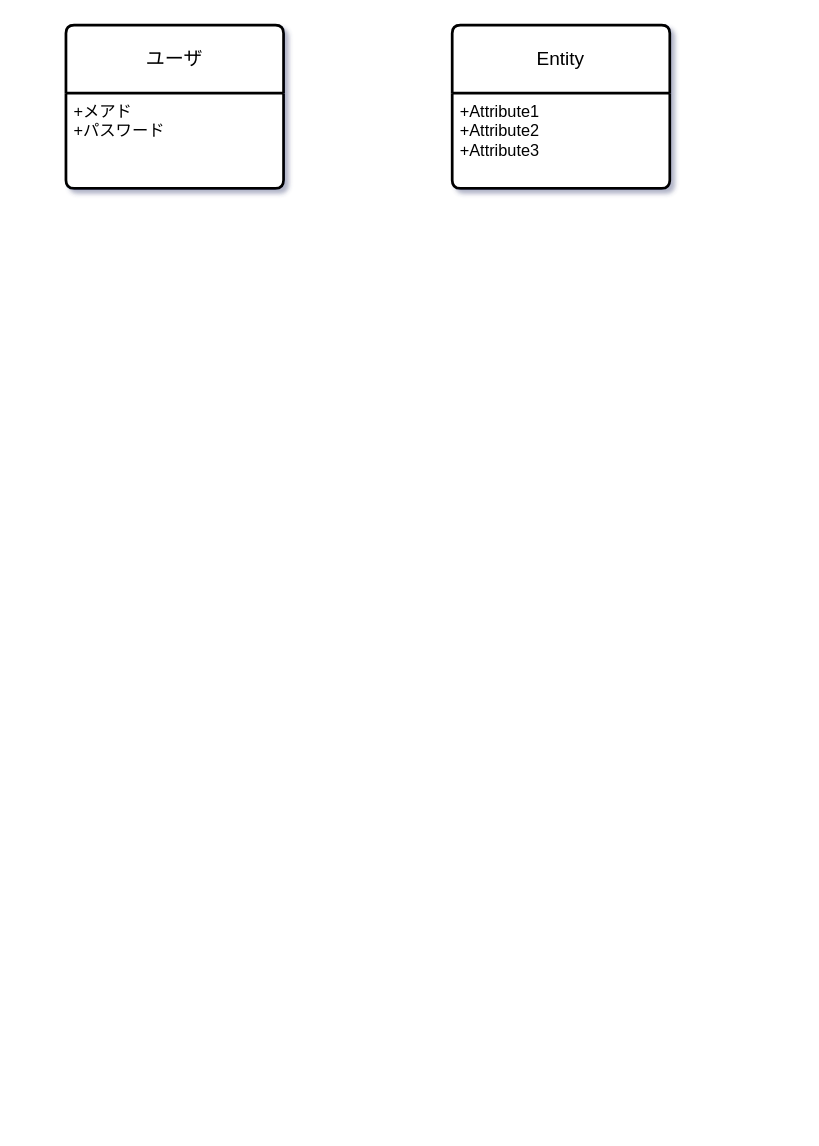
The draw.io diagram 3-1 ドメインモデル図(クラスになる).drawio in OMOCHInoHOSHI/2025-ToDoapp, before the edit. Source tidied: cells renumbered, new cells numbered last; positions are measured from the earlier drawing's top-left corner, leaving out a move shared by most shapes. Both pictures are drawn from the tidied source at 136%, with x=0, y=0 at pixel (65, 24).
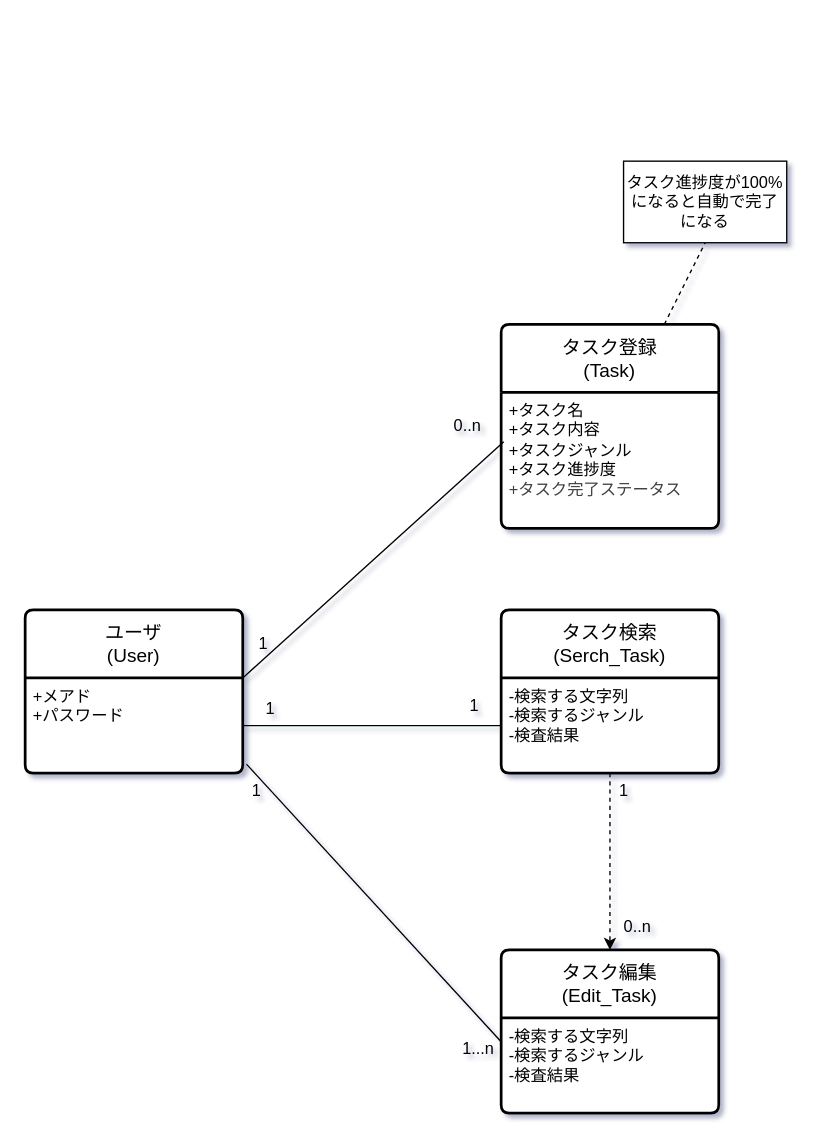
After the change.

Commit message:
ドメインモデル図

Unchanged cells that the change refers to:
```xml
<mxCell id="5" value="+メアド&lt;br&gt;+パスワード" style="align=left;strokeColor=none;fillColor=none;spacingLeft=4;fontSize=12;verticalAlign=top;html=1;" parent="4" vertex="1">
  <mxGeometry y="50" width="160" height="70" as="geometry" />
</mxCell>
```

Diff of the diagram source:
```diff
@@
-    <mxCell id="2" value="Entity" style="swimlane;horizontal=1;startSize=50;rounded=1;fontSize=14;fontStyle=0;strokeWidth=2;shadow=0;dashed=0;align=center;arcSize=4;whiteSpace=wrap;html=1;swimlaneFillColor=default;" parent="1" vertex="1">
-      <mxGeometry x="284" width="160" height="120" as="geometry" />
+    <mxCell id="2" value="タスク登録&lt;br&gt;(Task)" style="swimlane;horizontal=1;startSize=50;rounded=1;fontSize=14;fontStyle=0;strokeWidth=2;shadow=0;dashed=0;align=center;arcSize=4;whiteSpace=wrap;html=1;swimlaneFillColor=default;" parent="1" vertex="1">
+      <mxGeometry x="320" y="220" width="160" height="150" as="geometry" />
     </mxCell>
-    <mxCell id="3" value="+Attribute1&#10;+Attribute2&#10;+Attribute3" style="align=left;strokeColor=none;fillColor=none;spacingLeft=4;fontSize=12;verticalAlign=top;html=1;" parent="2" vertex="1">
-      <mxGeometry y="50" width="160" height="70" as="geometry" />
+    <mxCell id="3" value="+タスク名&lt;div&gt;+タスク内容&lt;/div&gt;&lt;div&gt;+タスクジャンル&lt;/div&gt;&lt;div&gt;+タスク進捗度&lt;/div&gt;&lt;div&gt;&lt;span style=&quot;color: rgb(63, 63, 63);&quot;&gt;+タスク完了ステータス&lt;/span&gt;&lt;/div&gt;" style="align=left;strokeColor=none;fillColor=none;spacingLeft=4;fontSize=12;verticalAlign=top;html=1;" parent="2" vertex="1">
+      <mxGeometry y="50" width="160" height="100" as="geometry" />
     </mxCell>
-    <mxCell id="4" value="ユーザ" style="swimlane;horizontal=1;startSize=50;rounded=1;fontSize=14;fontStyle=0;strokeWidth=2;shadow=0;dashed=0;align=center;arcSize=4;whiteSpace=wrap;html=1;swimlaneFillColor=default;" parent="1" vertex="1">
-      <mxGeometry width="160" height="120" as="geometry" />
+    <mxCell id="4" value="ユーザ&lt;br&gt;(User&lt;span style=&quot;background-color: transparent;&quot;&gt;)&lt;/span&gt;" style="swimlane;horizontal=1;startSize=50;rounded=1;fontSize=14;fontStyle=0;strokeWidth=2;shadow=0;dashed=0;align=center;arcSize=4;whiteSpace=wrap;html=1;swimlaneFillColor=default;" parent="1" vertex="1">
+      <mxGeometry x="-30" y="430" width="160" height="120" as="geometry" />
     </mxCell>
@@
+    <mxCell id="6" value="&lt;span style=&quot;color: rgb(0, 0, 0);&quot;&gt;タスク進捗度が100%になると自動で完了になる&lt;/span&gt;" style="rounded=0;whiteSpace=wrap;html=1;" parent="1" vertex="1">
+      <mxGeometry x="410" y="100" width="120" height="60" as="geometry" />
+    </mxCell>
+    <mxCell id="7" style="endArrow=none;dashed=1;html=1;exitX=0.75;exitY=0;exitDx=0;exitDy=0;entryX=0.5;entryY=1;entryDx=0;entryDy=0;" parent="1" edge="1" source="2" target="6">
+      <mxGeometry relative="1" as="geometry" />
+    </mxCell>
+    <mxCell id="8" style="endArrow=none;html=1;entryX=1;entryY=0;entryDx=0;entryDy=0;exitX=0.012;exitY=0.364;exitDx=0;exitDy=0;exitPerimeter=0;" parent="1" edge="1" source="3" target="5">
+      <mxGeometry relative="1" as="geometry" />
+    </mxCell>
+    <mxCell id="9" value="1" style="text;html=1;align=center;verticalAlign=middle;strokeColor=none;fillColor=none;" parent="1" vertex="1">
+      <mxGeometry x="130" y="440" width="30" height="30" as="geometry" />
+    </mxCell>
+    <mxCell id="10" value="0..n" style="text;html=1;align=center;verticalAlign=middle;strokeColor=none;fillColor=none;" parent="1" vertex="1">
+      <mxGeometry x="275" y="280" width="40" height="30" as="geometry" />
+    </mxCell>
+    <mxCell id="11" value="タスク検索&lt;br&gt;(Serch_Task)" style="swimlane;horizontal=1;startSize=50;rounded=1;fontSize=14;fontStyle=0;strokeWidth=2;shadow=0;dashed=0;align=center;arcSize=4;whiteSpace=wrap;html=1;swimlaneFillColor=default;" parent="1" vertex="1">
+      <mxGeometry x="320" y="430" width="160" height="120" as="geometry" />
+    </mxCell>
+    <mxCell id="12" value="&lt;div&gt;-検索する文字列&lt;/div&gt;&lt;div&gt;-検索するジャンル&lt;/div&gt;-検査結果&lt;div&gt;&lt;br&gt;&lt;/div&gt;" style="align=left;strokeColor=none;fillColor=none;spacingLeft=4;fontSize=12;verticalAlign=top;html=1;" parent="11" vertex="1">
+      <mxGeometry y="50" width="160" height="70" as="geometry" />
+    </mxCell>
+    <mxCell id="13" style="endArrow=none;html=1;entryX=0;entryY=0.5;entryDx=0;entryDy=0;exitX=1;exitY=0.5;exitDx=0;exitDy=0;" parent="1" edge="1" source="5" target="12">
+      <mxGeometry relative="1" as="geometry" />
+    </mxCell>
+    <mxCell id="14" value="1" style="text;html=1;align=center;verticalAlign=middle;strokeColor=none;fillColor=none;" parent="1" vertex="1">
+      <mxGeometry x="135" y="488" width="30" height="30" as="geometry" />
+    </mxCell>
+    <mxCell id="15" value="1" style="text;html=1;align=center;verticalAlign=middle;strokeColor=none;fillColor=none;" parent="1" vertex="1">
+      <mxGeometry x="285" y="486" width="30" height="30" as="geometry" />
+    </mxCell>
+    <mxCell id="16" value="タスク編集&lt;div&gt;(Edit_Task)&lt;/div&gt;" style="swimlane;horizontal=1;startSize=50;rounded=1;fontSize=14;fontStyle=0;strokeWidth=2;shadow=0;dashed=0;align=center;arcSize=4;whiteSpace=wrap;html=1;swimlaneFillColor=default;" parent="1" vertex="1">
+      <mxGeometry x="320" y="680" width="160" height="120" as="geometry" />
+    </mxCell>
+    <mxCell id="17" value="&lt;div&gt;-検索する文字列&lt;/div&gt;&lt;div&gt;-検索するジャンル&lt;/div&gt;-検査結果&lt;div&gt;&lt;br&gt;&lt;/div&gt;" style="align=left;strokeColor=none;fillColor=none;spacingLeft=4;fontSize=12;verticalAlign=top;html=1;" parent="16" vertex="1">
+      <mxGeometry y="50" width="160" height="70" as="geometry" />
+    </mxCell>
+    <mxCell id="18" style="endArrow=none;html=1;entryX=0;entryY=0.25;entryDx=0;entryDy=0;exitX=1.017;exitY=0.905;exitDx=0;exitDy=0;exitPerimeter=0;" parent="1" edge="1" source="5" target="17">
+      <mxGeometry relative="1" as="geometry" />
+    </mxCell>
+    <mxCell id="19" value="1" style="text;html=1;align=center;verticalAlign=middle;strokeColor=none;fillColor=none;" parent="1" vertex="1">
+      <mxGeometry x="125" y="548" width="30" height="30" as="geometry" />
+    </mxCell>
+    <mxCell id="20" value="1...n" style="text;html=1;align=center;verticalAlign=middle;strokeColor=none;fillColor=none;" parent="1" vertex="1">
+      <mxGeometry x="278" y="738" width="50" height="30" as="geometry" />
+    </mxCell>
+    <mxCell id="21" style="edgeStyle=none;html=1;entryX=0.5;entryY=0;entryDx=0;entryDy=0;dashed=1;" parent="1" edge="1" source="12" target="16">
+      <mxGeometry relative="1" as="geometry" />
+    </mxCell>
+    <mxCell id="22" value="1" style="text;html=1;align=center;verticalAlign=middle;strokeColor=none;fillColor=none;" parent="1" vertex="1">
+      <mxGeometry x="395" y="548" width="30" height="30" as="geometry" />
+    </mxCell>
+    <mxCell id="23" value="0..n" style="text;html=1;align=center;verticalAlign=middle;strokeColor=none;fillColor=none;" parent="1" vertex="1">
+      <mxGeometry x="400" y="648" width="40" height="30" as="geometry" />
+    </mxCell>
```
